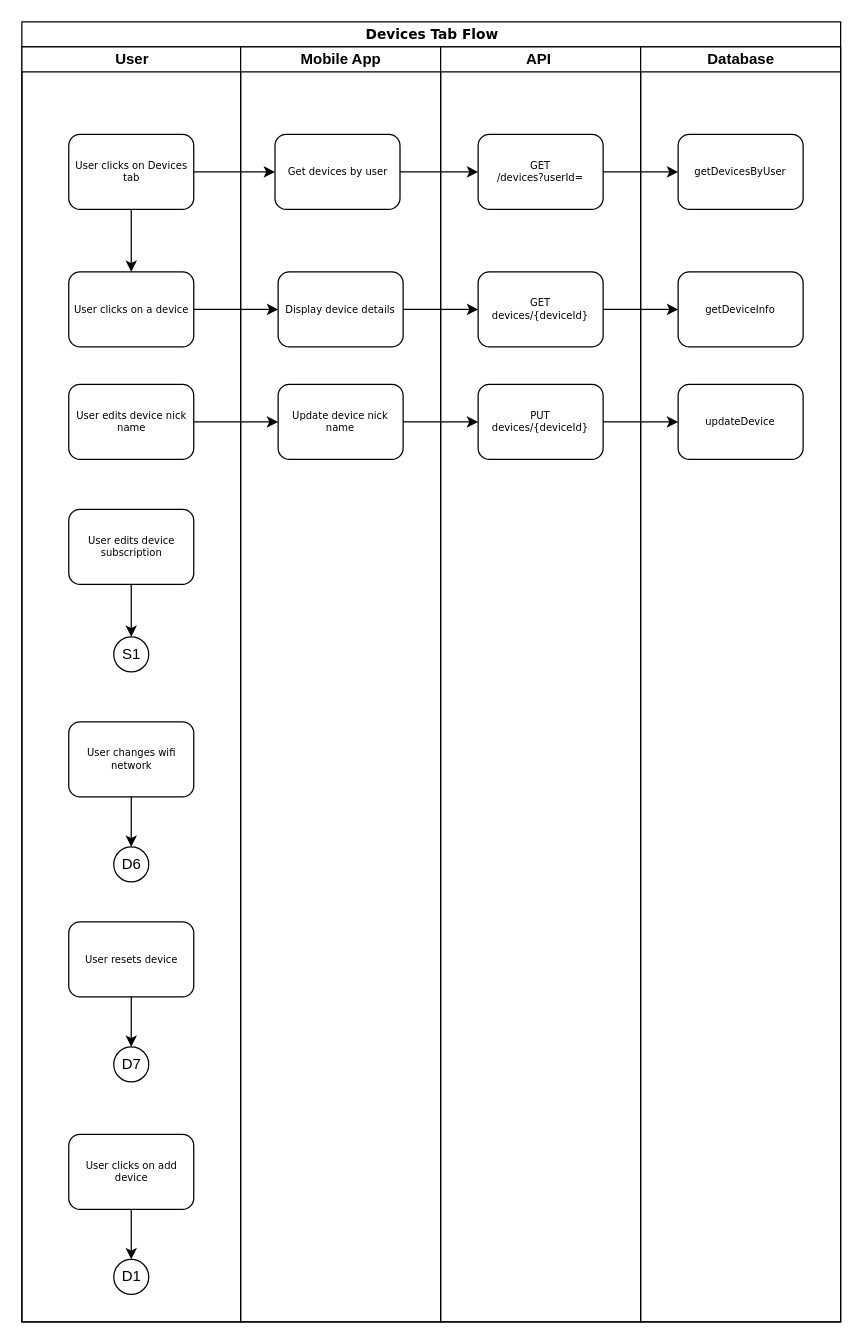
eSpark-Backup/smart-masjid-app keeps this draw.io diagram as page "Devices Tab Flow" (6 of 8) of src/docs/Smart Masjid Process Flows.drawio. Above is the earlier version. Source tidied: cells renumbered, new cells numbered last; positions are measured from the earlier drawing's top-left corner, leaving out a move shared by most shapes. Both pictures are drawn from the tidied source at 125%, with x=0, y=0 at pixel (21, 21).
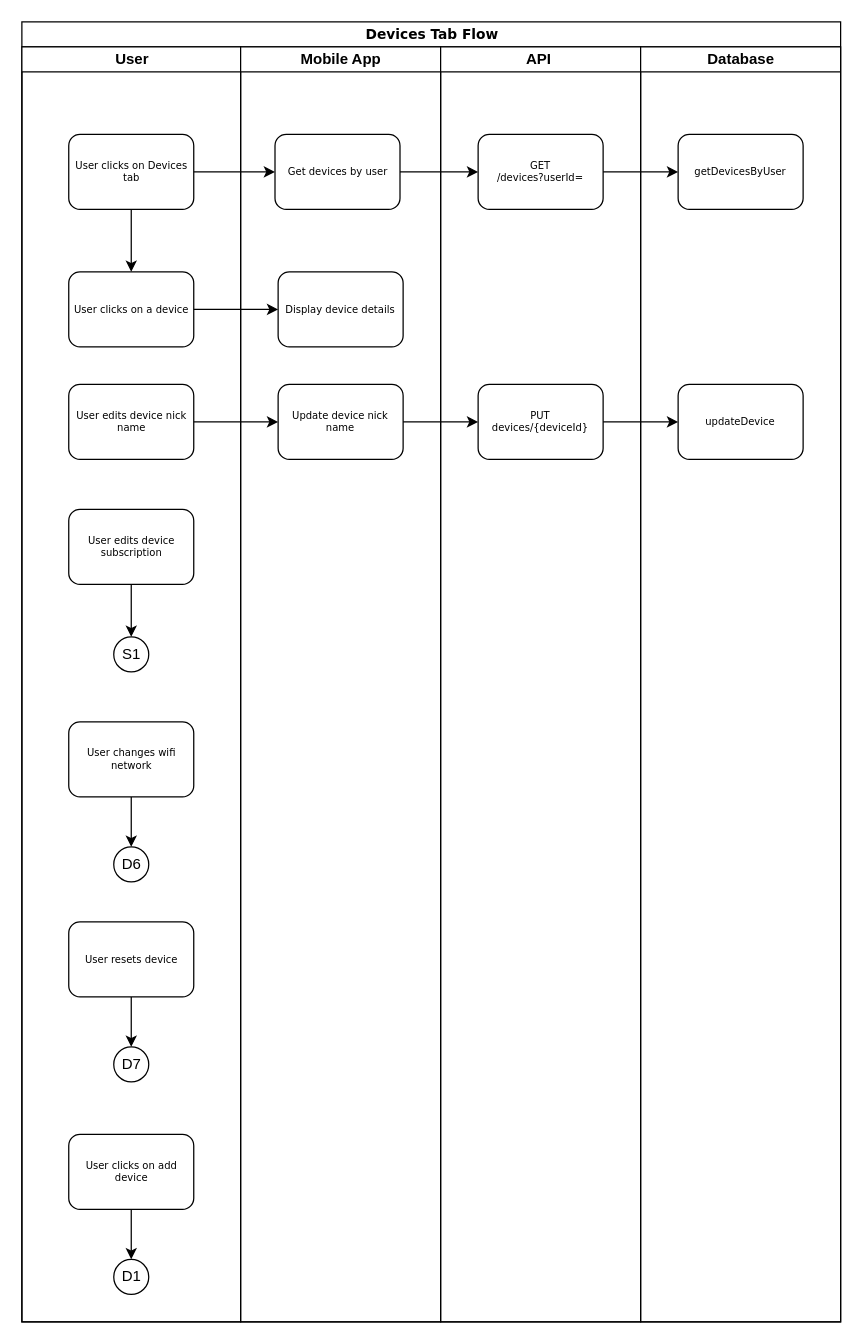
After the change.

Unchanged cells that the change refers to:
```xml
<mxCell id="2" value="&lt;font style=&quot;font-size: 11px&quot;&gt;Devices Tab Flow&lt;/font&gt;" style="swimlane;html=1;startSize=20;rounded=0;shadow=0;labelBackgroundColor=none;strokeWidth=1;fontFamily=Verdana;fontSize=8;align=center;" parent="1" vertex="1">
  <mxGeometry width="655" height="1040" as="geometry" />
</mxCell>
<mxCell id="22" value="Display device details" style="rounded=1;whiteSpace=wrap;html=1;shadow=0;labelBackgroundColor=none;strokeWidth=1;fontFamily=Verdana;fontSize=8;align=center;" parent="20" vertex="1">
  <mxGeometry x="30" y="180" width="100" height="60" as="geometry" />
</mxCell>
<mxCell id="24" value="API&amp;nbsp;" style="swimlane;html=1;startSize=20;" parent="2" vertex="1">
  <mxGeometry x="335" y="20" width="160" height="1020" as="geometry" />
</mxCell>
<mxCell id="28" value="Database" style="swimlane;html=1;startSize=20;" parent="2" vertex="1">
  <mxGeometry x="495" y="20" width="160" height="1020" as="geometry" />
</mxCell>
```

The edit, as a diff of the source:
```diff
@@
-    <mxCell id="25" value="GET&lt;br&gt;devices/{deviceId}" style="rounded=1;whiteSpace=wrap;html=1;shadow=0;labelBackgroundColor=none;strokeWidth=1;fontFamily=Verdana;fontSize=8;align=center;" parent="24" vertex="1">
-      <mxGeometry x="30" y="180" width="100" height="60" as="geometry" />
-    </mxCell>
@@
-    <mxCell id="29" value="getDeviceInfo" style="rounded=1;whiteSpace=wrap;html=1;shadow=0;labelBackgroundColor=none;strokeWidth=1;fontFamily=Verdana;fontSize=8;align=center;" parent="28" vertex="1">
-      <mxGeometry x="30" y="180" width="100" height="60" as="geometry" />
-    </mxCell>
@@
-    <mxCell id="32" style="edgeStyle=orthogonalEdgeStyle;rounded=0;jettySize=auto;html=1;entryX=0;entryY=0.5;entryDx=0;entryDy=0;" parent="2" edge="1" source="25" target="29">
-      <mxGeometry relative="1" as="geometry" />
-    </mxCell>
@@
-    <mxCell id="36" style="edgeStyle=orthogonalEdgeStyle;rounded=0;jettySize=auto;html=1;entryX=0;entryY=0.5;entryDx=0;entryDy=0;" parent="2" edge="1" source="22" target="25">
-      <mxGeometry relative="1" as="geometry" />
-    </mxCell>
```
